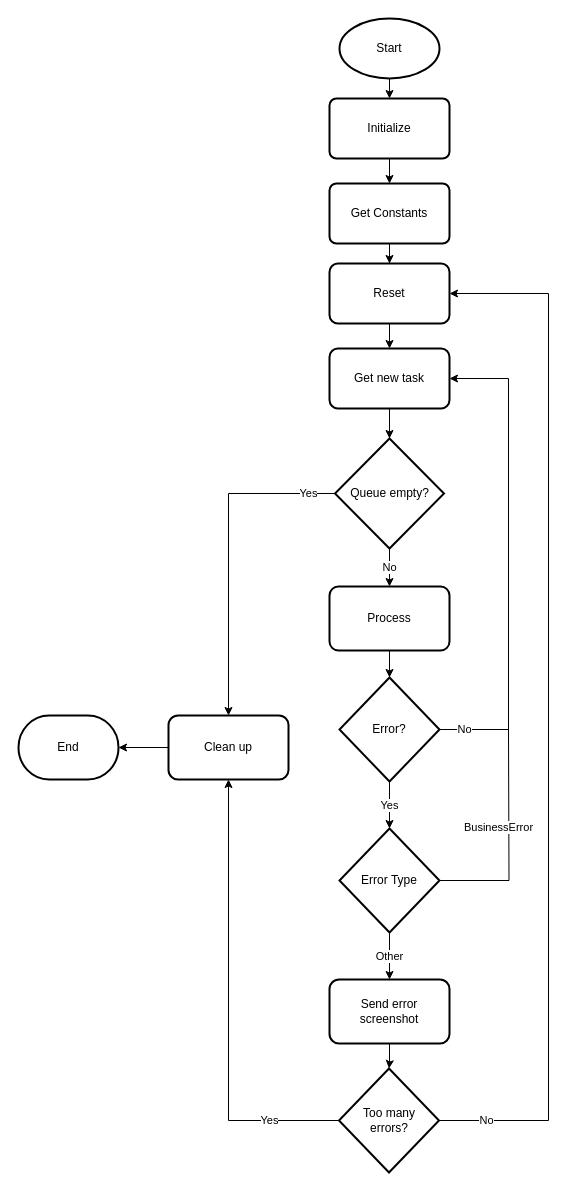
This is Robot-Queue-Framework.drawio from itk-dev-rpa/Robot-Framework, a draw.io file, before an edit. Source tidied: cells renumbered, new cells numbered last; positions are measured from the earlier drawing's top-left corner, leaving out a move shared by most shapes. Both pictures are drawn from the tidied source at 100%, with x=0, y=0 at pixel (18, 18).
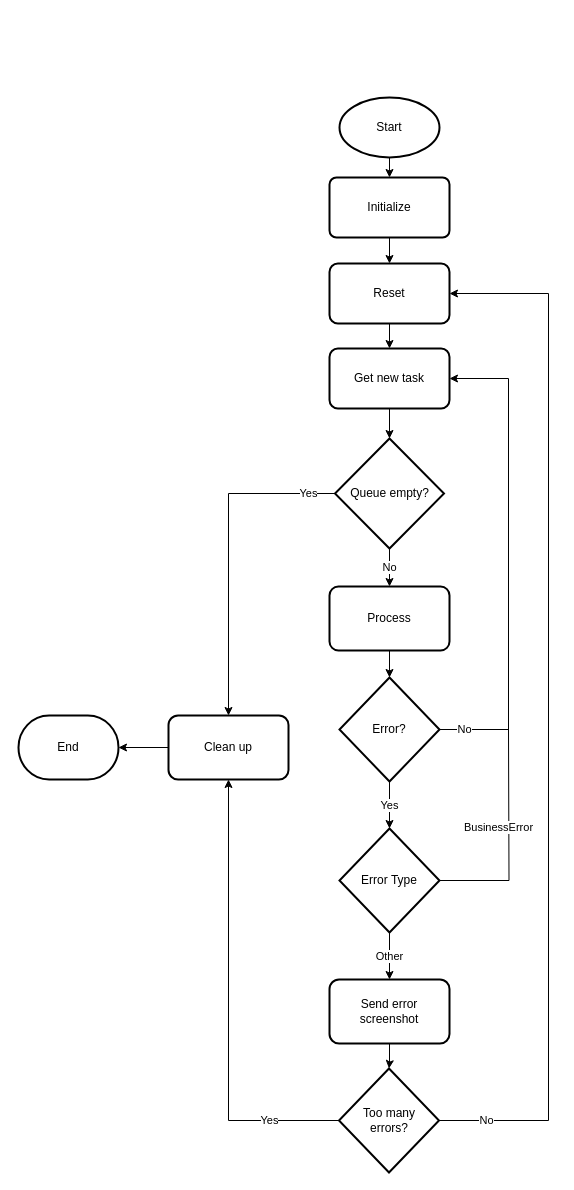
The same page after the edit.

Unchanged cells that the change refers to:
```xml
<mxCell id="9" value="Reset" style="whiteSpace=wrap;html=1;rounded=1;arcSize=14;strokeWidth=2;" parent="1" vertex="1">
  <mxGeometry x="311" y="245" width="120" height="60" as="geometry" />
</mxCell>
```

Diff of the diagram source:
```diff
@@
     <mxCell id="3" value="Start" style="strokeWidth=2;html=1;shape=mxgraph.flowchart.start_1;whiteSpace=wrap;" parent="1" vertex="1">
-      <mxGeometry x="321" width="100" height="60" as="geometry" />
+      <mxGeometry x="321" y="79" width="100" height="60" as="geometry" />
     </mxCell>
-    <mxCell id="4" style="edgeStyle=orthogonalEdgeStyle;rounded=0;jettySize=auto;html=1;" parent="1" edge="1" source="5" target="7">
-      <mxGeometry relative="1" as="geometry" />
-    </mxCell>
     <mxCell id="5" value="Initialize" style="rounded=1;whiteSpace=wrap;html=1;absoluteArcSize=1;arcSize=14;strokeWidth=2;" parent="1" vertex="1">
-      <mxGeometry x="311" y="80" width="120" height="60" as="geometry" />
+      <mxGeometry x="311" y="159" width="120" height="60" as="geometry" />
     </mxCell>
-    <mxCell id="6" style="edgeStyle=orthogonalEdgeStyle;rounded=0;jettySize=auto;html=1;" parent="1" edge="1" source="7" target="9">
+    <mxCell id="6" style="edgeStyle=orthogonalEdgeStyle;rounded=0;jettySize=auto;html=1;exitX=0.5;exitY=1;exitDx=0;exitDy=0;" parent="1" edge="1" source="5" target="9">
       <mxGeometry relative="1" as="geometry" />
     </mxCell>
-    <mxCell id="7" value="Get Constants" style="rounded=1;whiteSpace=wrap;html=1;absoluteArcSize=1;arcSize=14;strokeWidth=2;" parent="1" vertex="1">
-      <mxGeometry x="311" y="165" width="120" height="60" as="geometry" />
-    </mxCell>
```
